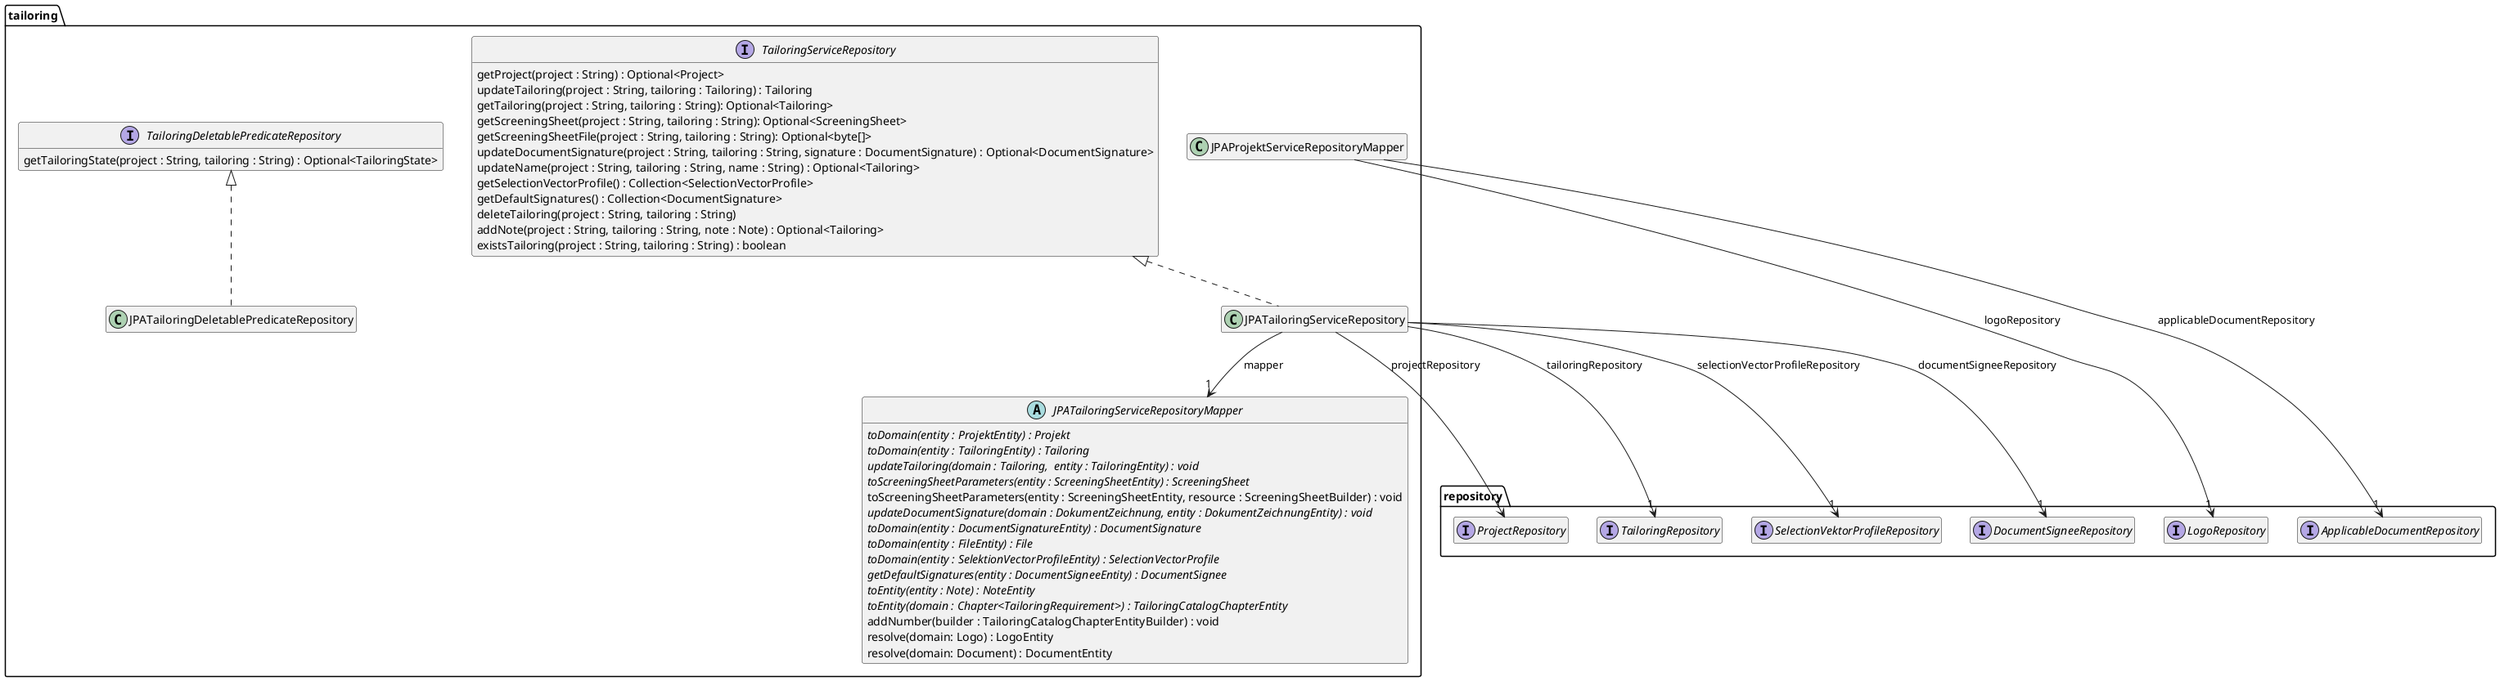
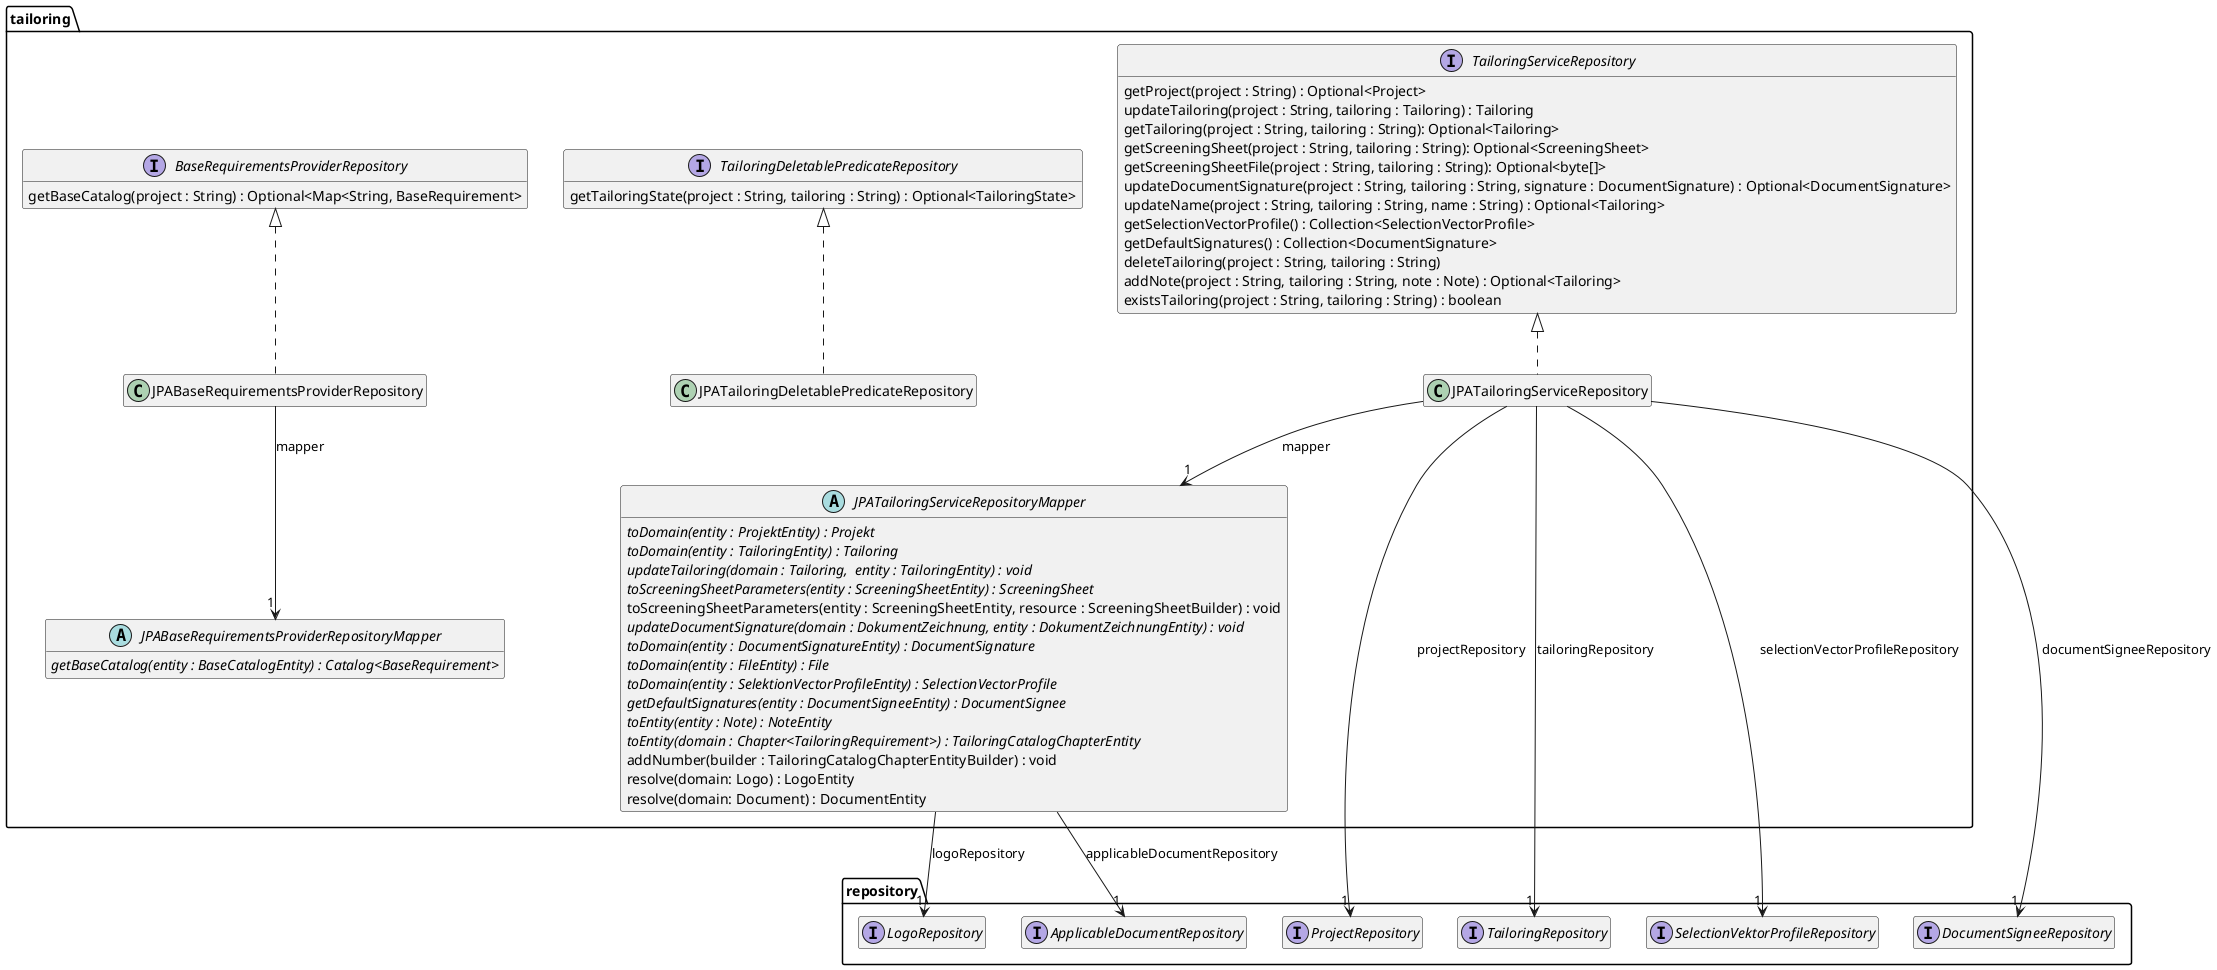
@startuml Ebene3.png
hide empty members

package repository {
    interface LogoRepository
    interface ProjectRepository
    interface TailoringRepository
    interface SelectionVektorProfileRepository
    interface DocumentSigneeRepository
    interface ApplicableDocumentRepository
}

package tailoring {

    interface TailoringServiceRepository {
        getProject(project : String) : Optional<Project>
        updateTailoring(project : String, tailoring : Tailoring) : Tailoring
        getTailoring(project : String, tailoring : String): Optional<Tailoring>
        getScreeningSheet(project : String, tailoring : String): Optional<ScreeningSheet>
        getScreeningSheetFile(project : String, tailoring : String): Optional<byte[]>
        updateDocumentSignature(project : String, tailoring : String, signature : DocumentSignature) : Optional<DocumentSignature>
        updateName(project : String, tailoring : String, name : String) : Optional<Tailoring>
        getSelectionVectorProfile() : Collection<SelectionVectorProfile>
        getDefaultSignatures() : Collection<DocumentSignature>
        deleteTailoring(project : String, tailoring : String)
        addNote(project : String, tailoring : String, note : Note) : Optional<Tailoring>
        existsTailoring(project : String, tailoring : String) : boolean
    }

    abstract class JPATailoringServiceRepositoryMapper {
        {abstract} toDomain(entity : ProjektEntity) : Projekt
        {abstract} toDomain(entity : TailoringEntity) : Tailoring
        {abstract} updateTailoring(domain : Tailoring,  entity : TailoringEntity) : void
        {abstract} toScreeningSheetParameters(entity : ScreeningSheetEntity) : ScreeningSheet
        toScreeningSheetParameters(entity : ScreeningSheetEntity, resource : ScreeningSheetBuilder) : void
        {abstract} updateDocumentSignature(domain : DokumentZeichnung, entity : DokumentZeichnungEntity) : void
        {abstract} toDomain(entity : DocumentSignatureEntity) : DocumentSignature
        {abstract} toDomain(entity : FileEntity) : File
        {abstract} toDomain(entity : SelektionVectorProfileEntity) : SelectionVectorProfile
        {abstract} getDefaultSignatures(entity : DocumentSigneeEntity) : DocumentSignee
        {abstract} toEntity(entity : Note) : NoteEntity
        {abstract} toEntity(domain : Chapter<TailoringRequirement>) : TailoringCatalogChapterEntity
        addNumber(builder : TailoringCatalogChapterEntityBuilder) : void
        resolve(domain: Logo) : LogoEntity
        resolve(domain: Document) : DocumentEntity
    }
-     JPAProjektServiceRepositoryMapper -->  "1" LogoRepository : logoRepository
-     JPAProjektServiceRepositoryMapper -->  "1" ApplicableDocumentRepository : applicableDocumentRepository
+     JPATailoringServiceRepositoryMapper -->  "1" LogoRepository : logoRepository
+     JPATailoringServiceRepositoryMapper -->  "1" ApplicableDocumentRepository : applicableDocumentRepository

    class JPATailoringServiceRepository {
    }
    TailoringServiceRepository <|.. JPATailoringServiceRepository
    JPATailoringServiceRepository --> "1" JPATailoringServiceRepositoryMapper : mapper
    JPATailoringServiceRepository --> "1" ProjectRepository : projectRepository
    JPATailoringServiceRepository --> "1" TailoringRepository : tailoringRepository
    JPATailoringServiceRepository --> "1" SelectionVektorProfileRepository : selectionVectorProfileRepository
    JPATailoringServiceRepository --> "1" DocumentSigneeRepository : documentSigneeRepository

    interface TailoringDeletablePredicateRepository {
        getTailoringState(project : String, tailoring : String) : Optional<TailoringState>
    }
    class JPATailoringDeletablePredicateRepository {
    }
    TailoringDeletablePredicateRepository <|.. JPATailoringDeletablePredicateRepository

+ 
+     abstract class JPABaseRequirementsProviderRepositoryMapper {
+         {abstract} getBaseCatalog(entity : BaseCatalogEntity) : Catalog<BaseRequirement>
+     }
+ 
+     interface BaseRequirementsProviderRepository {
+         getBaseCatalog(project : String) : Optional<Map<String, BaseRequirement>
+     }
+     class JPABaseRequirementsProviderRepository {
+     }
+     BaseRequirementsProviderRepository <|.. JPABaseRequirementsProviderRepository
+     JPABaseRequirementsProviderRepository --> "1" JPABaseRequirementsProviderRepositoryMapper : mapper
}
@enduml
